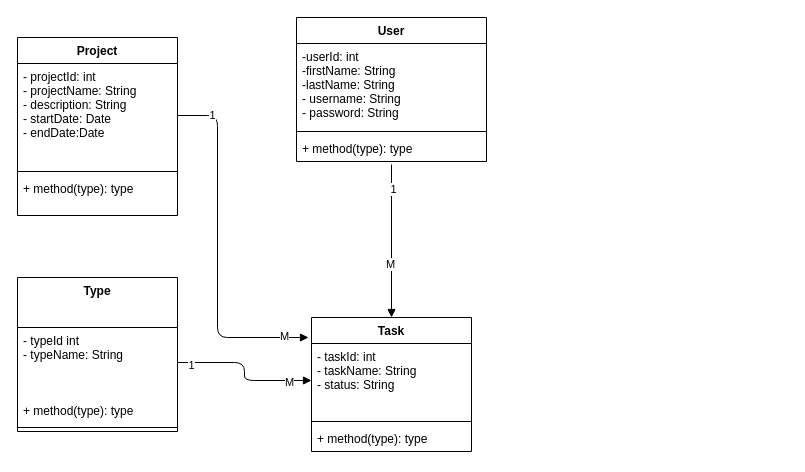
Before: Project 22.08.drawio in ionutjurca-ro/diagrams, a draw.io diagram. Source tidied: cells renumbered, new cells numbered last; positions are measured from the earlier drawing's top-left corner, leaving out a move shared by most shapes. Both pictures are drawn from the tidied source at 100%, with x=0, y=0 at pixel (17, 17).
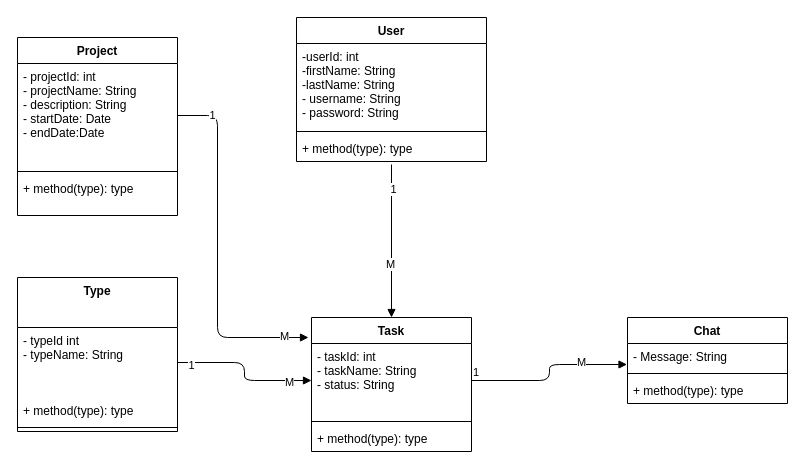
The same page after the edit.

Unchanged cells that the change refers to:
```xml
<mxCell id="20" value="- taskId: int&#10;- taskName: String&#10;- status: String" style="text;strokeColor=none;fillColor=none;align=left;verticalAlign=top;spacingLeft=4;spacingRight=4;overflow=hidden;points=[[0,0.5],[1,0.5]];portConstraint=eastwest;" parent="19" vertex="1">
  <mxGeometry y="26" width="160" height="74" as="geometry" />
</mxCell>
```

Diff of the diagram source:
```diff
@@
+    <mxCell id="27" style="endArrow=block;endFill=1;html=1;edgeStyle=orthogonalEdgeStyle;align=left;verticalAlign=top;exitX=1;exitY=0.5;exitDx=0;exitDy=0;entryX=-0.003;entryY=0.808;entryDx=0;entryDy=0;entryPerimeter=0;" parent="1" edge="1" source="20" target="31">
+      <mxGeometry x="-1" relative="1" as="geometry" />
+    </mxCell>
+    <mxCell id="28" value="1" style="edgeLabel;html=1;align=left;verticalAlign=bottom;" parent="27" vertex="1">
+      <mxGeometry x="-1" relative="1" as="geometry" />
+    </mxCell>
+    <mxCell id="29" value="M" style="edgeLabel;html=1;align=center;verticalAlign=middle;" parent="27" vertex="1">
+      <mxGeometry x="0.58" y="12" relative="1" as="geometry">
+        <mxPoint x="-11" y="9" as="offset" />
+      </mxGeometry>
+    </mxCell>
+    <mxCell id="30" value="Chat" style="swimlane;fontStyle=1;align=center;verticalAlign=top;horizontal=1;startSize=26;" parent="1" vertex="1">
+      <mxGeometry x="610" y="300" width="160" height="86" as="geometry" />
+    </mxCell>
+    <mxCell id="31" value="- Message: String" style="text;strokeColor=none;fillColor=none;align=left;verticalAlign=top;spacingLeft=4;spacingRight=4;overflow=hidden;points=[[0,0.5],[1,0.5]];portConstraint=eastwest;" parent="30" vertex="1">
+      <mxGeometry y="26" width="160" height="26" as="geometry" />
+    </mxCell>
+    <mxCell id="32" style="line;strokeWidth=1;fillColor=none;align=left;verticalAlign=middle;spacingTop=-1;spacingLeft=3;spacingRight=3;labelPosition=right;" parent="30" vertex="1">
+      <mxGeometry y="52" width="160" height="8" as="geometry" />
+    </mxCell>
+    <mxCell id="33" value="+ method(type): type" style="text;strokeColor=none;fillColor=none;align=left;verticalAlign=top;spacingLeft=4;spacingRight=4;overflow=hidden;" parent="30" vertex="1">
+      <mxGeometry y="60" width="160" height="26" as="geometry" />
+    </mxCell>
```
